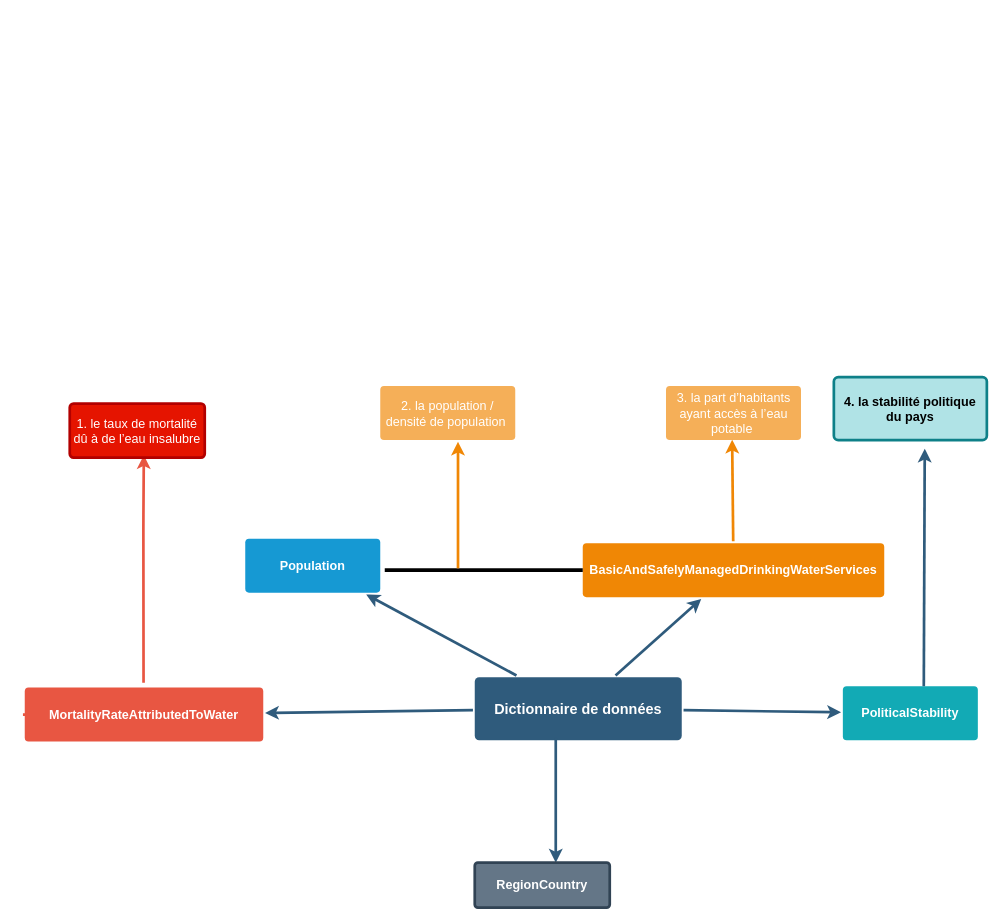
This is .github/workflows/Untitled Diagram.drawio from louzhixin/bootstrap, a draw.io file, before an edit. Source tidied: cells renumbered, new cells numbered last; positions are measured from the earlier drawing's top-left corner, leaving out a move shared by most shapes. Both pictures are drawn from the tidied source at 90%, with x=0, y=0 at pixel (24, 376).
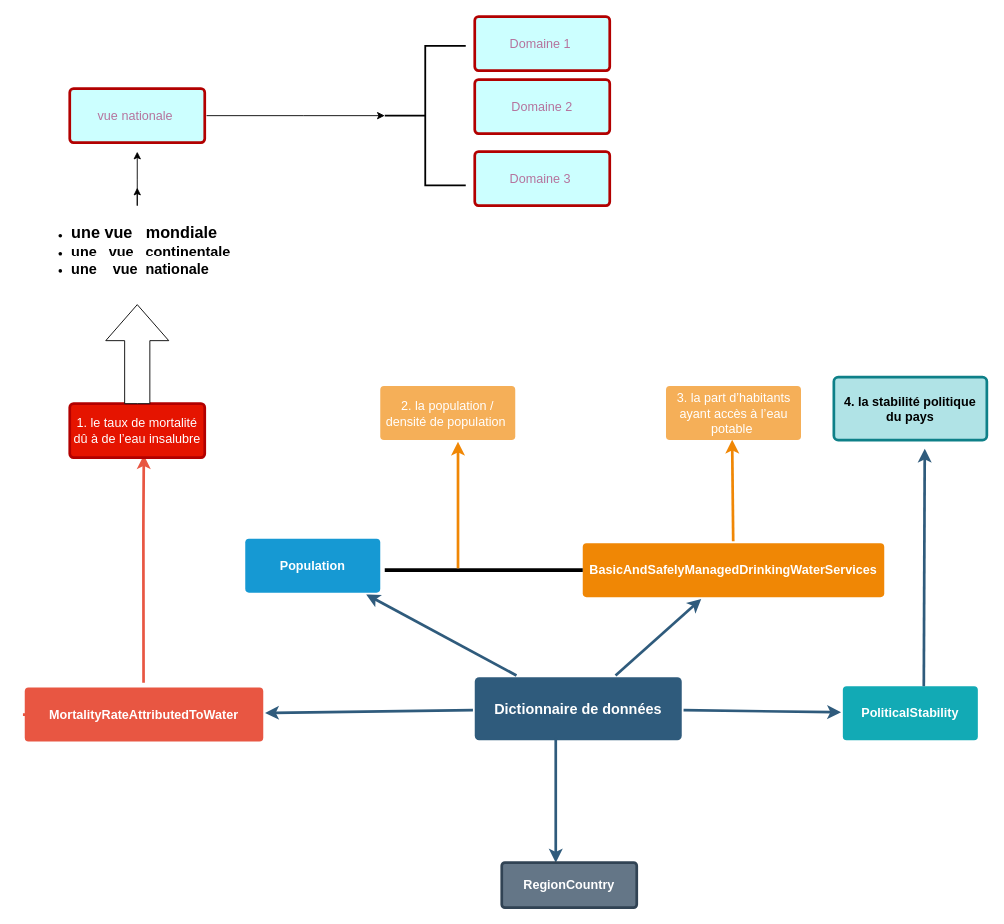
The same page after the edit.

What changed in the source:
```diff
@@
     <mxCell id="16" value="RegionCountry" style="rounded=1;whiteSpace=wrap;html=1;shadow=0;labelBackgroundColor=none;strokeColor=#314354;strokeWidth=3;fillColor=#647687;fontFamily=Helvetica;fontSize=14;fontColor=#ffffff;align=center;spacing=5;fontStyle=1;arcSize=7;perimeterSpacing=2;" parent="1" vertex="1">
-      <mxGeometry x="500" y="540" width="150" height="50" as="geometry" />
+      <mxGeometry x="530" y="540" width="150" height="50" as="geometry" />
     </mxCell>
@@
+    <mxCell id="23" style="edgeStyle=orthogonalEdgeStyle;rounded=0;jettySize=auto;html=1;fontSize=18;" parent="1" edge="1" source="25">
+      <mxGeometry relative="1" as="geometry">
+        <mxPoint x="125" y="-210" as="targetPoint" />
+      </mxGeometry>
+    </mxCell>
+    <mxCell id="24" style="edgeStyle=orthogonalEdgeStyle;rounded=0;jettySize=auto;html=1;fontSize=18;fontColor=#B5739D;" parent="1" edge="1" source="25">
+      <mxGeometry relative="1" as="geometry">
+        <mxPoint x="125" y="-250" as="targetPoint" />
+      </mxGeometry>
+    </mxCell>
+    <mxCell id="25" value="&lt;ul&gt;&lt;li&gt;&lt;b&gt;&lt;font style=&quot;font-size: 18px&quot;&gt;une vue&amp;nbsp; &amp;nbsp;mondiale&lt;/font&gt;&lt;/b&gt;&lt;/li&gt;&lt;li&gt;&lt;b&gt;&lt;font size=&quot;3&quot;&gt;une&amp;nbsp; &amp;nbsp;vue&amp;nbsp; &amp;nbsp;continentale&lt;/font&gt;&lt;/b&gt;&lt;/li&gt;&lt;li&gt;&lt;b&gt;&lt;font size=&quot;3&quot;&gt;une&amp;nbsp; &amp;nbsp; vue&amp;nbsp; nationale&lt;/font&gt;&lt;/b&gt;&lt;/li&gt;&lt;/ul&gt;" style="text;strokeColor=none;fillColor=none;html=1;whiteSpace=wrap;verticalAlign=middle;overflow=hidden;" parent="1" vertex="1">
+      <mxGeometry x="10" y="-190" width="230" height="100" as="geometry" />
+    </mxCell>
+    <mxCell id="26" style="html=1;shadow=0;dashed=0;align=center;verticalAlign=middle;shape=mxgraph.arrows2.arrow;dy=0.6;dx=40;direction=north;notch=0;fontSize=18;" parent="1" vertex="1">
+      <mxGeometry x="90" y="-80" width="70" height="110" as="geometry" />
+    </mxCell>
+    <mxCell id="27" value="&lt;font color=&quot;#b5739d&quot;&gt;vue nationale&amp;nbsp;&lt;/font&gt;" style="rounded=1;whiteSpace=wrap;html=1;shadow=0;labelBackgroundColor=none;strokeColor=#B20000;strokeWidth=3;fillColor=#CCFFFF;fontFamily=Helvetica;fontSize=14;fontColor=#ffffff;align=center;spacing=5;arcSize=7;perimeterSpacing=2;" parent="1" vertex="1">
+      <mxGeometry x="50" y="-320" width="150" height="60" as="geometry" />
+    </mxCell>
+    <mxCell id="28" style="edgeStyle=orthogonalEdgeStyle;rounded=0;jettySize=auto;html=1;fontSize=18;fontColor=#B5739D;exitX=1;exitY=0.5;exitDx=0;exitDy=0;" parent="1" edge="1" source="27">
+      <mxGeometry relative="1" as="geometry">
+        <mxPoint x="400" y="-290" as="targetPoint" />
+        <Array as="points">
+          <mxPoint x="310" y="-290" />
+          <mxPoint x="310" y="-290" />
+        </Array>
+      </mxGeometry>
+    </mxCell>
+    <mxCell id="29" value="&lt;font color=&quot;#b5739d&quot;&gt;Domaine 1&amp;nbsp;&lt;/font&gt;" style="rounded=1;whiteSpace=wrap;html=1;shadow=0;labelBackgroundColor=none;strokeColor=#B20000;strokeWidth=3;fillColor=#CCFFFF;fontFamily=Helvetica;fontSize=14;fontColor=#ffffff;align=center;spacing=5;arcSize=7;perimeterSpacing=2;" parent="1" vertex="1">
+      <mxGeometry x="500" y="-400" width="150" height="60" as="geometry" />
+    </mxCell>
+    <mxCell id="30" value="&lt;span style=&quot;color: rgb(181 , 115 , 157)&quot;&gt;Domaine 2&lt;/span&gt;" style="rounded=1;whiteSpace=wrap;html=1;shadow=0;labelBackgroundColor=none;strokeColor=#B20000;strokeWidth=3;fillColor=#CCFFFF;fontFamily=Helvetica;fontSize=14;fontColor=#ffffff;align=center;spacing=5;arcSize=7;perimeterSpacing=2;" parent="1" vertex="1">
+      <mxGeometry x="500" y="-330" width="150" height="60" as="geometry" />
+    </mxCell>
+    <mxCell id="31" value="&lt;span style=&quot;color: rgb(181 , 115 , 157)&quot;&gt;Domaine 3&amp;nbsp;&lt;/span&gt;" style="rounded=1;whiteSpace=wrap;html=1;shadow=0;labelBackgroundColor=none;strokeColor=#B20000;strokeWidth=3;fillColor=#CCFFFF;fontFamily=Helvetica;fontSize=14;fontColor=#ffffff;align=center;spacing=5;arcSize=7;perimeterSpacing=2;" parent="1" vertex="1">
+      <mxGeometry x="500" y="-250" width="150" height="60" as="geometry" />
+    </mxCell>
+    <mxCell id="32" style="strokeWidth=2;html=1;shape=mxgraph.flowchart.annotation_2;align=left;labelPosition=right;fontSize=18;fontColor=#B5739D;fillColor=#CCFFFF;" parent="1" vertex="1">
+      <mxGeometry x="400" y="-367.5" width="90" height="155" as="geometry" />
+    </mxCell>
```
